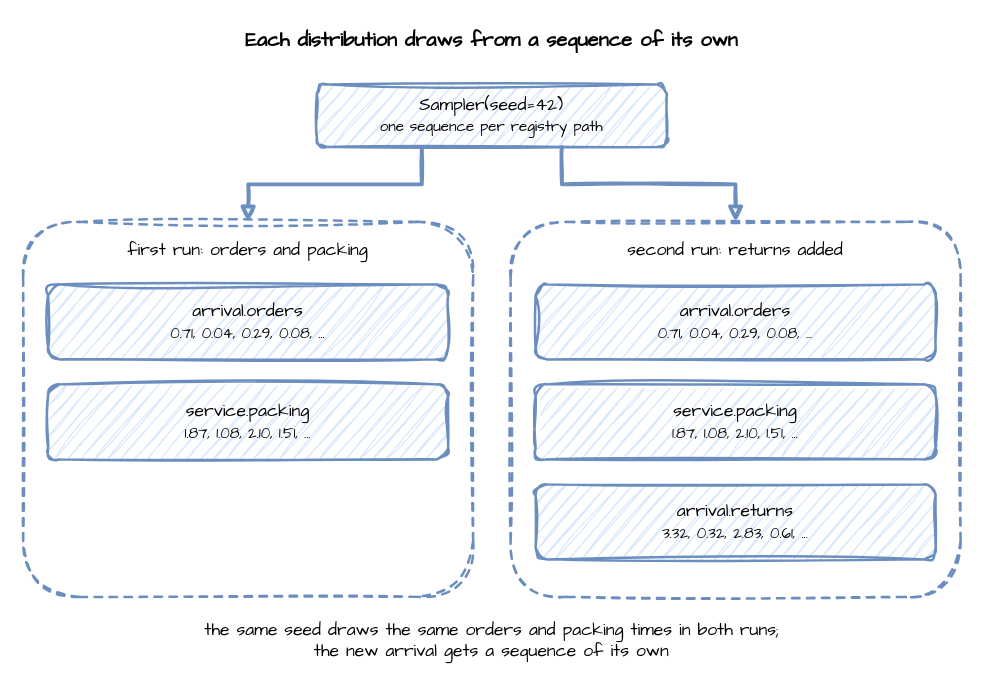
Above: docs/assets/diagrams/seed-sequences.drawio in jaehyeon-kim/desflow (draw.io), before the change. Source tidied: cells renumbered, new cells numbered last; positions are measured from the earlier drawing's top-left corner, leaving out a move shared by most shapes. Both pictures are drawn from the tidied source at 125%, with x=0, y=0 at pixel (22, 21).
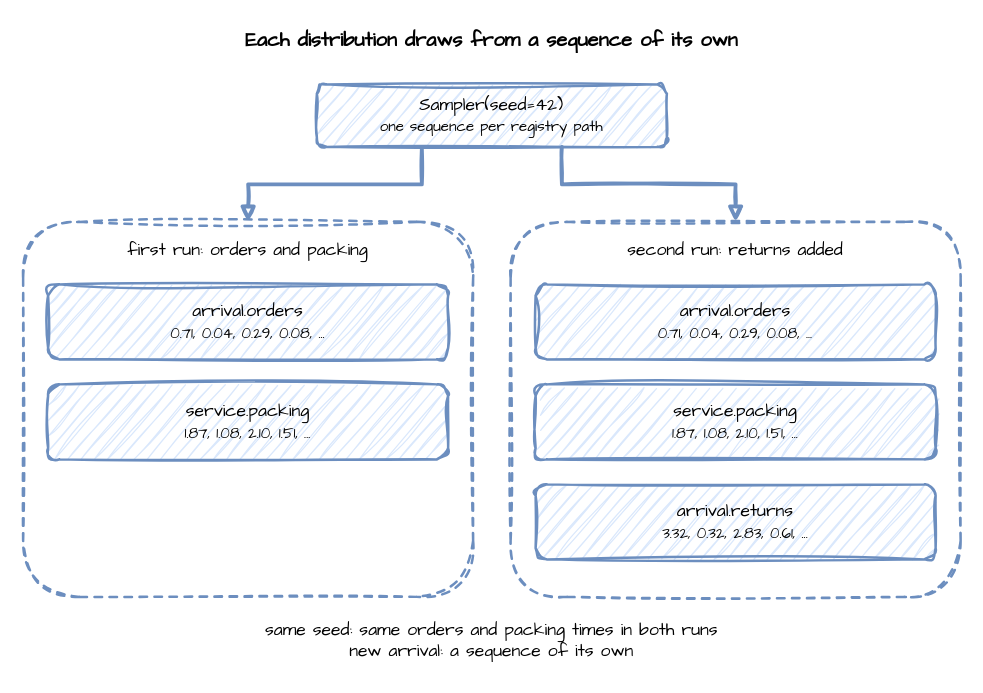
Above is the later version.

Change to the diagram source:
```diff
@@
 <mxGraphModel>
   <root>
     <mxCell id="0" />
     <mxCell id="1" parent="0" />
     <mxCell id="2" value="Each distribution draws from a sequence of its own" style="text;html=1;align=center;verticalAlign=middle;whiteSpace=wrap;fontFamily=Comic Sans MS;fontSize=16;fontStyle=1;" parent="1" vertex="1">
       <mxGeometry width="750" height="30" as="geometry" />
     </mxCell>
     <mxCell id="3" value="Sampler(seed=42)&lt;br&gt;&lt;font style='font-size:12px'&gt;one sequence per registry path&lt;/font&gt;" style="rounded=1;whiteSpace=wrap;html=1;sketch=1;curveFitting=1;jiggle=2;fontFamily=Comic Sans MS;fontSize=14;fillColor=#dae8fc;strokeColor=#6c8ebf;strokeWidth=2;" parent="1" vertex="1">
       <mxGeometry x="235" y="50" width="280" height="50" as="geometry" />
     </mxCell>
     <mxCell id="4" value="first run: orders and packing" style="rounded=1;whiteSpace=wrap;html=1;sketch=1;curveFitting=1;jiggle=2;fontFamily=Comic Sans MS;fontSize=14;fillColor=none;strokeColor=#6c8ebf;strokeWidth=2;dashed=1;verticalAlign=top;align=center;spacingTop=8;" parent="1" vertex="1">
       <mxGeometry y="160" width="360" height="300" as="geometry" />
     </mxCell>
     <mxCell id="5" value="second run: returns added" style="rounded=1;whiteSpace=wrap;html=1;sketch=1;curveFitting=1;jiggle=2;fontFamily=Comic Sans MS;fontSize=14;fillColor=none;strokeColor=#6c8ebf;strokeWidth=2;dashed=1;verticalAlign=top;align=center;spacingTop=8;" parent="1" vertex="1">
       <mxGeometry x="390" y="160" width="360" height="300" as="geometry" />
     </mxCell>
     <mxCell id="6" value="arrival.orders&lt;br&gt;&lt;font style='font-size:12px'&gt;0.71, 0.04, 0.29, 0.08, ...&lt;/font&gt;" style="rounded=1;whiteSpace=wrap;html=1;sketch=1;curveFitting=1;jiggle=2;fontFamily=Comic Sans MS;fontSize=14;fillColor=#dae8fc;strokeColor=#6c8ebf;strokeWidth=2;" parent="1" vertex="1">
       <mxGeometry x="20" y="210" width="320" height="60" as="geometry" />
     </mxCell>
     <mxCell id="7" value="service.packing&lt;br&gt;&lt;font style='font-size:12px'&gt;1.87, 1.08, 2.10, 1.51, ...&lt;/font&gt;" style="rounded=1;whiteSpace=wrap;html=1;sketch=1;curveFitting=1;jiggle=2;fontFamily=Comic Sans MS;fontSize=14;fillColor=#dae8fc;strokeColor=#6c8ebf;strokeWidth=2;" parent="1" vertex="1">
       <mxGeometry x="20" y="290" width="320" height="60" as="geometry" />
     </mxCell>
     <mxCell id="8" value="arrival.orders&lt;br&gt;&lt;font style='font-size:12px'&gt;0.71, 0.04, 0.29, 0.08, ...&lt;/font&gt;" style="rounded=1;whiteSpace=wrap;html=1;sketch=1;curveFitting=1;jiggle=2;fontFamily=Comic Sans MS;fontSize=14;fillColor=#dae8fc;strokeColor=#6c8ebf;strokeWidth=2;" parent="1" vertex="1">
       <mxGeometry x="410" y="210" width="320" height="60" as="geometry" />
     </mxCell>
     <mxCell id="9" value="service.packing&lt;br&gt;&lt;font style='font-size:12px'&gt;1.87, 1.08, 2.10, 1.51, ...&lt;/font&gt;" style="rounded=1;whiteSpace=wrap;html=1;sketch=1;curveFitting=1;jiggle=2;fontFamily=Comic Sans MS;fontSize=14;fillColor=#dae8fc;strokeColor=#6c8ebf;strokeWidth=2;" parent="1" vertex="1">
       <mxGeometry x="410" y="290" width="320" height="60" as="geometry" />
     </mxCell>
     <mxCell id="10" value="arrival.returns&lt;br&gt;&lt;font style='font-size:12px'&gt;3.32, 0.32, 2.83, 0.61, ...&lt;/font&gt;" style="rounded=1;whiteSpace=wrap;html=1;sketch=1;curveFitting=1;jiggle=2;fontFamily=Comic Sans MS;fontSize=14;fillColor=#dae8fc;strokeColor=#6c8ebf;strokeWidth=2;" parent="1" vertex="1">
       <mxGeometry x="410" y="370" width="320" height="60" as="geometry" />
     </mxCell>
     <mxCell id="11" style="edgeStyle=orthogonalEdgeStyle;rounded=0;sketch=1;html=1;strokeWidth=3;endArrow=block;strokeColor=#6c8ebf;fontFamily=Comic Sans MS;fontSize=13;labelBackgroundColor=#ffffff;exitX=0.3;exitY=1;exitDx=0;exitDy=0;entryX=0.5;entryY=0;entryDx=0;entryDy=0;" parent="1" edge="1" source="3" target="4">
       <mxGeometry relative="1" as="geometry" />
     </mxCell>
     <mxCell id="12" style="edgeStyle=orthogonalEdgeStyle;rounded=0;sketch=1;html=1;strokeWidth=3;endArrow=block;strokeColor=#6c8ebf;fontFamily=Comic Sans MS;fontSize=13;labelBackgroundColor=#ffffff;exitX=0.7;exitY=1;exitDx=0;exitDy=0;entryX=0.5;entryY=0;entryDx=0;entryDy=0;" parent="1" edge="1" source="3" target="5">
       <mxGeometry relative="1" as="geometry" />
     </mxCell>
-    <mxCell id="13" value="the same seed draws the same orders and packing times in both runs;&lt;br&gt;the new arrival gets a sequence of its own" style="text;html=1;align=center;verticalAlign=middle;whiteSpace=wrap;fontFamily=Comic Sans MS;fontSize=14;" parent="1" vertex="1">
+    <mxCell id="13" value="same seed: same orders and packing times in both runs&lt;br&gt;new arrival: a sequence of its own" style="text;html=1;align=center;verticalAlign=middle;whiteSpace=wrap;fontFamily=Comic Sans MS;fontSize=14;" parent="1" vertex="1">
       <mxGeometry y="470" width="750" height="50" as="geometry" />
     </mxCell>
   </root>
 </mxGraphModel>
```
